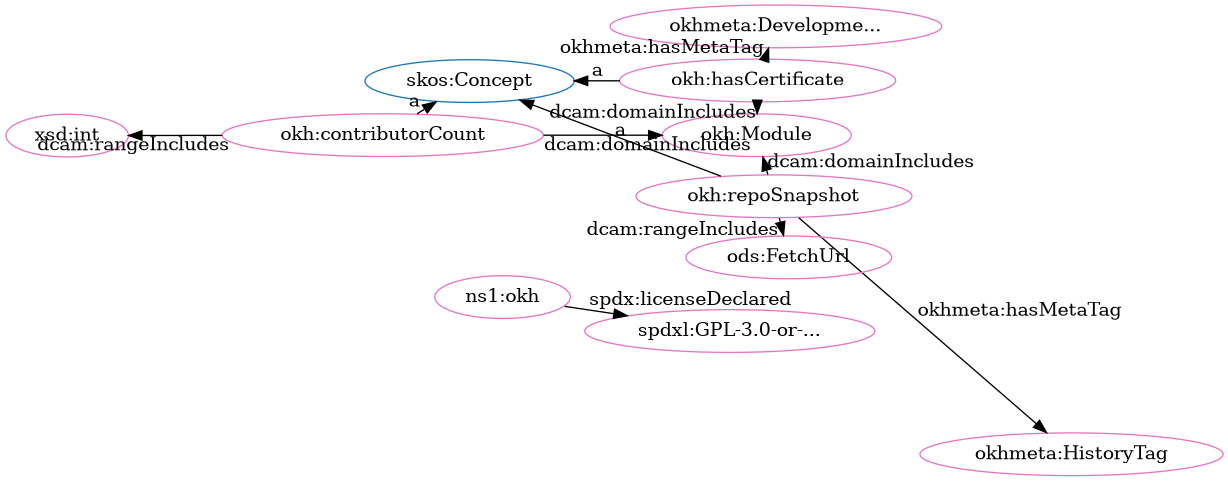
iop-alliance/OpenKnowHow keeps this Graphviz diagram as src/spec/dot_okh_proposed-clean.png. Above is the earlier version. Its source is kept beside it as src/spec/dot_okh_proposed-clean.dot.
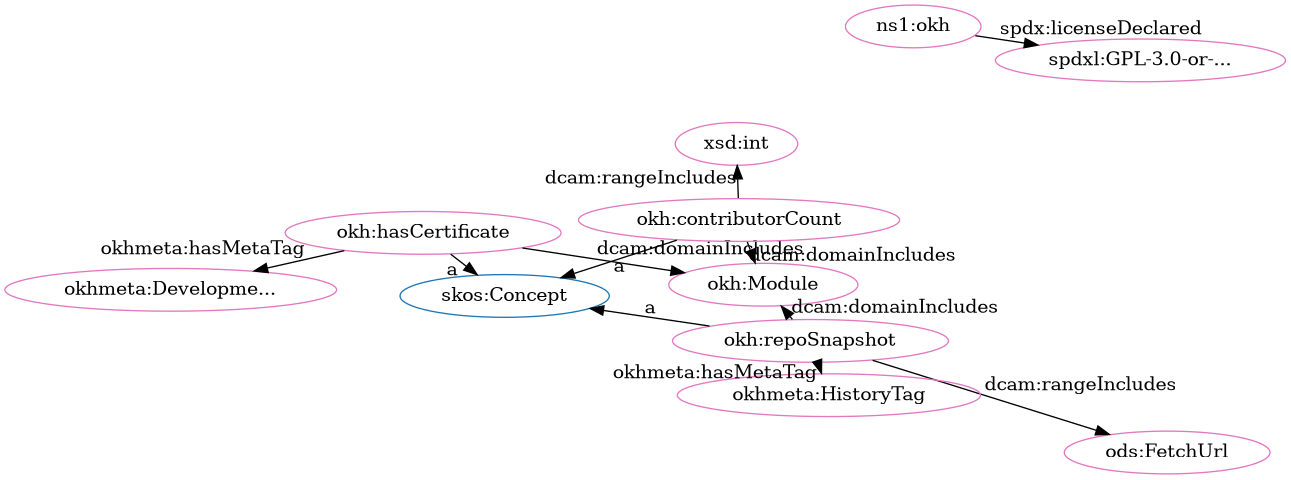
The same diagram one commit later.

Change to the diagram source:
```diff
@@ -3,24 +3,24 @@
   node[height=.3]
 "http://www.w3.org/2004/02/skos/core#Concept" [fillcolor="#1f77b4" color="#1f77b4" label="skos:Concept"]
 "http://w3id.org/oseg/ont/okh" [fillcolor="#e377c2" color="#e377c2" label="ns1:okh"]
+"http://www.w3.org/2001/XMLSchema#int" [fillcolor="#e377c2" color="#e377c2" label="xsd:int"]
+"http://w3id.org/oseg/ont/okh#hasCertificate" [fillcolor="#e377c2" color="#e377c2" label="okh:hasCertificate"]
+"http://spdx.org/licenses/GPL-3.0-or-later" [fillcolor="#e377c2" color="#e377c2" label="spdxl:GPL-3.0-or-..."]
+"http://w3id.org/oseg/ont/okh#repoSnapshot" [fillcolor="#e377c2" color="#e377c2" label="okh:repoSnapshot"]
 "http://w3id.org/oseg/ont/okh#Module" [fillcolor="#e377c2" color="#e377c2" label="okh:Module"]
-"http://w3id.org/oseg/ont/okh#hasCertificate" [fillcolor="#e377c2" color="#e377c2" label="okh:hasCertificate"]
+"http://w3id.org/oseg/ont/okh#contributorCount" [fillcolor="#e377c2" color="#e377c2" label="okh:contributorCount"]
+"http://w3id.org/oseg/ont/ods#FetchUrl" [fillcolor="#e377c2" color="#e377c2" label="ods:FetchUrl"]
+"http://w3id.org/oseg/ont/okhmeta#HistoryTag" [fillcolor="#e377c2" color="#e377c2" label="okhmeta:HistoryTag"]
 "http://w3id.org/oseg/ont/okhmeta#DevelopmentTag" [fillcolor="#e377c2" color="#e377c2" label="okhmeta:Developme..."]
-"http://w3id.org/oseg/ont/okhmeta#HistoryTag" [fillcolor="#e377c2" color="#e377c2" label="okhmeta:HistoryTag"]
-"http://spdx.org/licenses/GPL-3.0-or-later" [fillcolor="#e377c2" color="#e377c2" label="spdxl:GPL-3.0-or-..."]
-"http://w3id.org/oseg/ont/okh#contributorCount" [fillcolor="#e377c2" color="#e377c2" label="okh:contributorCount"]
-"http://w3id.org/oseg/ont/okh#repoSnapshot" [fillcolor="#e377c2" color="#e377c2" label="okh:repoSnapshot"]
-"http://w3id.org/oseg/ont/ods#FetchUrl" [fillcolor="#e377c2" color="#e377c2" label="ods:FetchUrl"]
-"http://www.w3.org/2001/XMLSchema#int" [fillcolor="#e377c2" color="#e377c2" label="xsd:int"]
+  "http://w3id.org/oseg/ont/okh#contributorCount" -> "http://www.w3.org/2001/XMLSchema#int" [label="dcam:rangeIncludes"]
+  "http://w3id.org/oseg/ont/okh#contributorCount" -> "http://www.w3.org/2004/02/skos/core#Concept" [label="a"]
+  "http://w3id.org/oseg/ont/okh#repoSnapshot" -> "http://w3id.org/oseg/ont/ods#FetchUrl" [label="dcam:rangeIncludes"]
+  "http://w3id.org/oseg/ont/okh#contributorCount" -> "http://w3id.org/oseg/ont/okh#Module" [label="dcam:domainIncludes"]
+  "http://w3id.org/oseg/ont/okh#hasCertificate" -> "http://w3id.org/oseg/ont/okhmeta#DevelopmentTag" [label="okhmeta:hasMetaTag"]
+  "http://w3id.org/oseg/ont/okh" -> "http://spdx.org/licenses/GPL-3.0-or-later" [label="spdx:licenseDeclared"]
+  "http://w3id.org/oseg/ont/okh#repoSnapshot" -> "http://www.w3.org/2004/02/skos/core#Concept" [label="a"]
+  "http://w3id.org/oseg/ont/okh#repoSnapshot" -> "http://w3id.org/oseg/ont/okh#Module" [label="dcam:domainIncludes"]
+  "http://w3id.org/oseg/ont/okh#repoSnapshot" -> "http://w3id.org/oseg/ont/okhmeta#HistoryTag" [label="okhmeta:hasMetaTag"]
   "http://w3id.org/oseg/ont/okh#hasCertificate" -> "http://w3id.org/oseg/ont/okh#Module" [label="dcam:domainIncludes"]
-  "http://w3id.org/oseg/ont/okh#contributorCount" -> "http://w3id.org/oseg/ont/okh#Module" [label="dcam:domainIncludes"]
-  "http://w3id.org/oseg/ont/okh#repoSnapshot" -> "http://w3id.org/oseg/ont/okh#Module" [label="dcam:domainIncludes"]
-  "http://w3id.org/oseg/ont/okh#repoSnapshot" -> "http://w3id.org/oseg/ont/ods#FetchUrl" [label="dcam:rangeIncludes"]
-  "http://w3id.org/oseg/ont/okh#contributorCount" -> "http://www.w3.org/2001/XMLSchema#int" [label="dcam:rangeIncludes"]
   "http://w3id.org/oseg/ont/okh#hasCertificate" -> "http://www.w3.org/2004/02/skos/core#Concept" [label="a"]
-  "http://w3id.org/oseg/ont/okh#hasCertificate" -> "http://w3id.org/oseg/ont/okhmeta#DevelopmentTag" [label="okhmeta:hasMetaTag"]
-  "http://w3id.org/oseg/ont/okh#repoSnapshot" -> "http://w3id.org/oseg/ont/okhmeta#HistoryTag" [label="okhmeta:hasMetaTag"]
-  "http://w3id.org/oseg/ont/okh" -> "http://spdx.org/licenses/GPL-3.0-or-later" [label="spdx:licenseDeclared"]
-  "http://w3id.org/oseg/ont/okh#contributorCount" -> "http://www.w3.org/2004/02/skos/core#Concept" [label="a"]
-  "http://w3id.org/oseg/ont/okh#repoSnapshot" -> "http://www.w3.org/2004/02/skos/core#Concept" [label="a"]
 }
```
